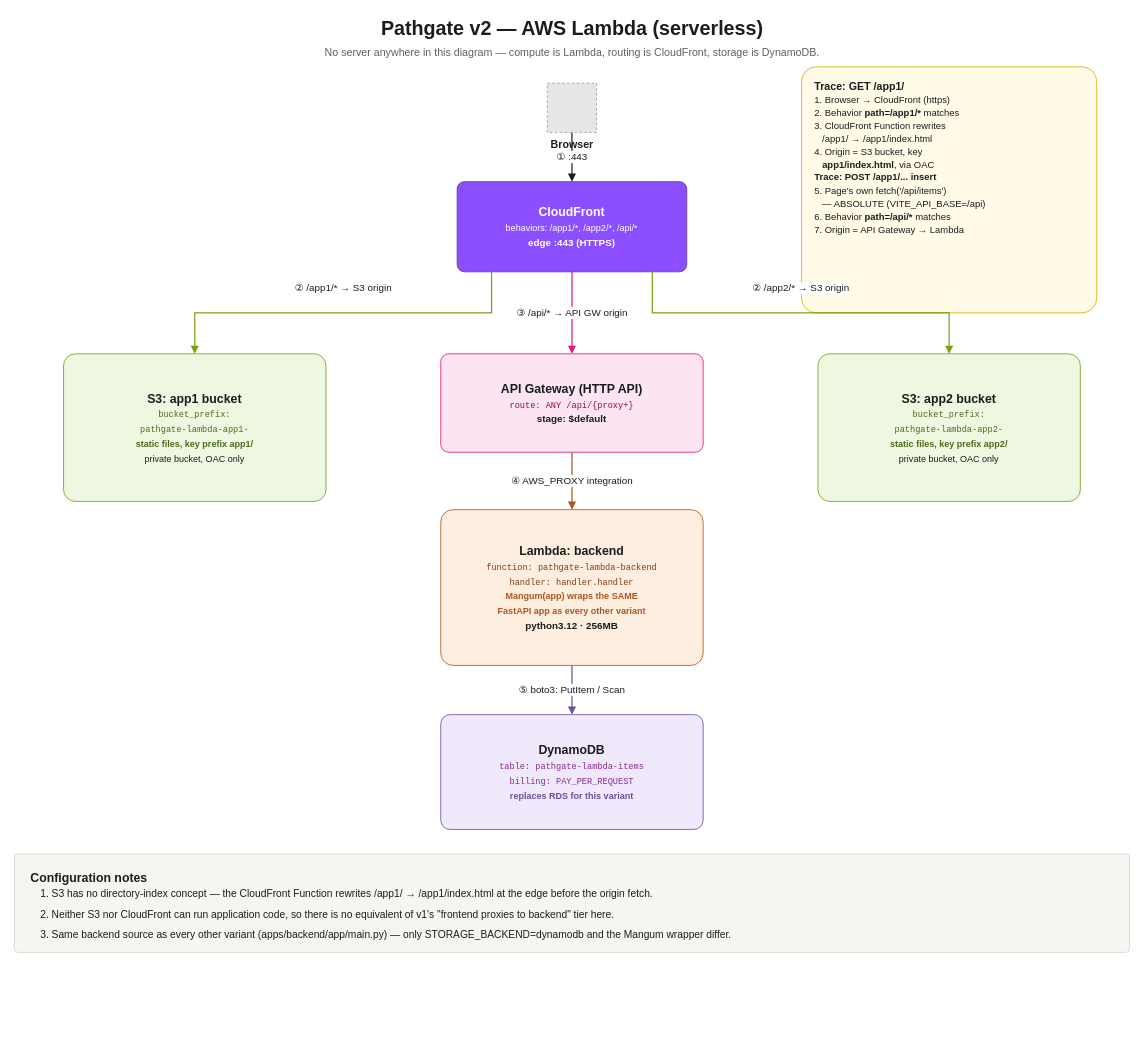
FarooqShabbir/Pathgate keeps this draw.io diagram as docs/pathgate-v2-lambda-architecture.drawio. Above is the earlier version. Source tidied: cells renumbered, new cells numbered last; positions are measured from the earlier drawing's top-left corner, leaving out a move shared by most shapes. Both pictures are drawn from the tidied source at 82%, with x=0, y=0 at pixel (14, 14). Pictures stored in the file or linked from it are replaced by grey dashed boxes.
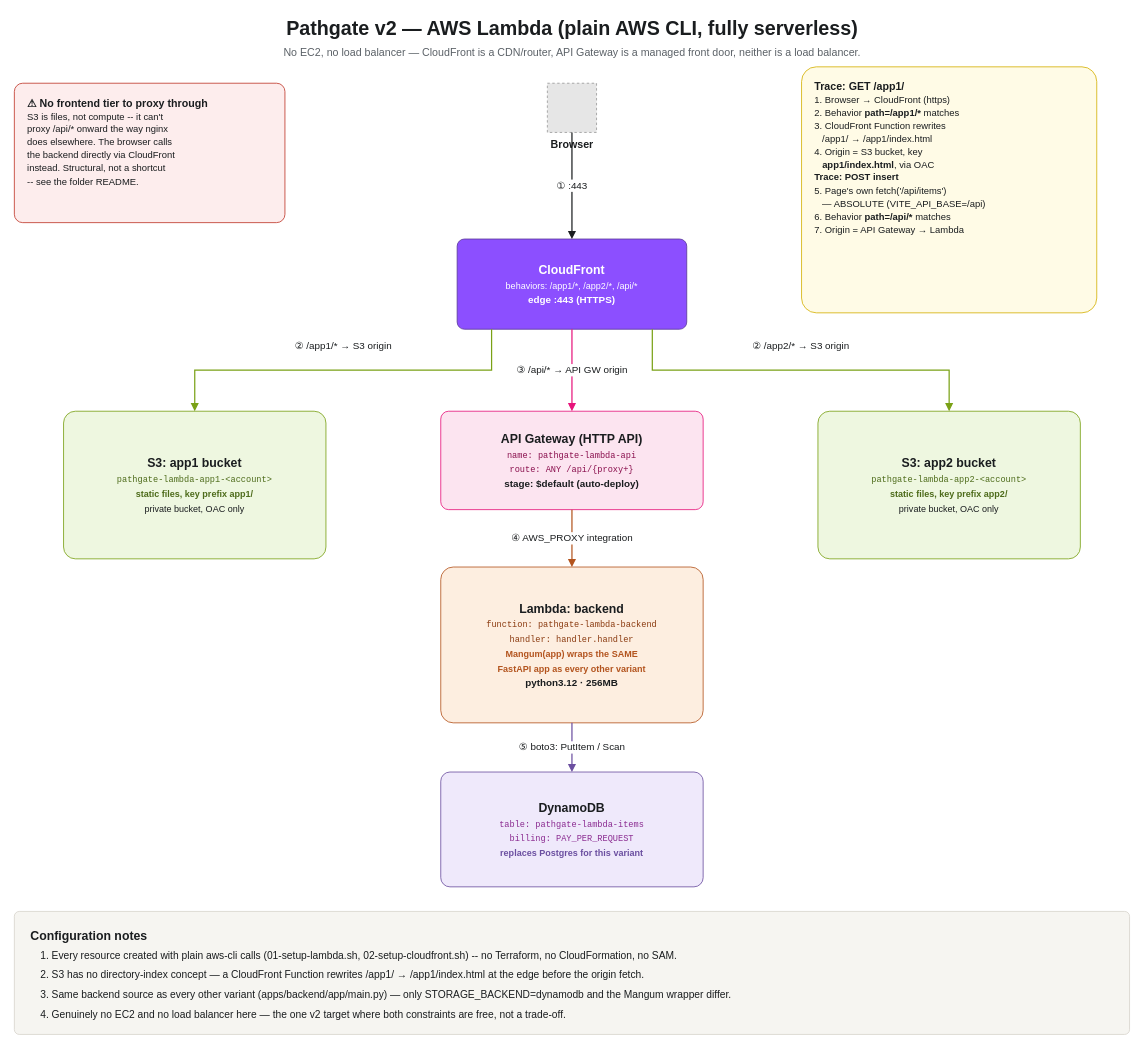
After the change.

What changed in the source:
```diff
@@
-    <mxCell id="2" value="Pathgate v2 — AWS Lambda (serverless)" style="text;html=1;align=center;verticalAlign=middle;fontSize=24;fontStyle=1;fontColor=#1a1d1f;" parent="1" vertex="1">
-      <mxGeometry x="280" width="800" height="36" as="geometry" />
+    <mxCell id="2" value="Pathgate v2 — AWS Lambda (plain AWS CLI, fully serverless)" style="text;html=1;align=center;verticalAlign=middle;fontSize=24;fontStyle=1;fontColor=#1a1d1f;" parent="1" vertex="1">
+      <mxGeometry x="180" width="1000" height="36" as="geometry" />
     </mxCell>
-    <mxCell id="3" value="No server anywhere in this diagram — compute is Lambda, routing is CloudFront, storage is DynamoDB." style="text;html=1;align=center;verticalAlign=middle;fontSize=13;fontColor=#5b6167;" parent="1" vertex="1">
-      <mxGeometry x="220" y="34" width="920" height="24" as="geometry" />
+    <mxCell id="3" value="No EC2, no load balancer — CloudFront is a CDN/router, API Gateway is a managed front door, neither is a load balancer." style="text;html=1;align=center;verticalAlign=middle;fontSize=13;fontColor=#5b6167;" parent="1" vertex="1">
+      <mxGeometry x="140" y="34" width="1080" height="24" as="geometry" />
     </mxCell>
+    <mxCell id="22" value="&lt;b&gt;⚠ No frontend tier to proxy through&lt;/b&gt;&lt;br&gt;&lt;font style=&quot;font-size:11.5px&quot;&gt;S3 is files, not compute -- it can't&lt;br&gt;proxy /api/* onward the way nginx&lt;br&gt;does elsewhere. The browser calls&lt;br&gt;the backend directly via CloudFront&lt;br&gt;instead. Structural, not a shortcut&lt;br&gt;-- see the folder README.&lt;/font&gt;" style="rounded=1;whiteSpace=wrap;html=1;align=left;verticalAlign=top;fillColor=#fdeded;strokeColor=#c0392b;fontColor=#1a1d1f;fontSize=13;spacingLeft=14;spacingTop=10;arcSize=6;" parent="1" vertex="1">
+      <mxGeometry y="84" width="330" height="170" as="geometry" />
+    </mxCell>
@@
-    <mxCell id="5" value="&lt;b&gt;Trace: GET /app1/&lt;/b&gt;&lt;br&gt;&lt;font style=&quot;font-size:11.5px&quot;&gt;1. Browser → CloudFront (https)&lt;br&gt;2. Behavior &lt;b&gt;path=/app1/*&lt;/b&gt; matches&lt;br&gt;3. CloudFront Function rewrites&lt;br&gt;&amp;nbsp;&amp;nbsp;&amp;nbsp;/app1/ → /app1/index.html&lt;br&gt;4. Origin = S3 bucket, key&lt;br&gt;&amp;nbsp;&amp;nbsp;&amp;nbsp;&lt;b&gt;app1/index.html&lt;/b&gt;, via OAC&lt;br&gt;&lt;b&gt;Trace: POST /app1/... insert&lt;/b&gt;&lt;br&gt;5. Page's own fetch('/api/items')&lt;br&gt;&amp;nbsp;&amp;nbsp;&amp;nbsp;— ABSOLUTE (VITE_API_BASE=/api)&lt;br&gt;6. Behavior &lt;b&gt;path=/api/*&lt;/b&gt; matches&lt;br&gt;7. Origin = API Gateway → Lambda&lt;/font&gt;" style="rounded=1;whiteSpace=wrap;html=1;align=left;verticalAlign=top;fillColor=#fffbe6;strokeColor=#d4b106;fontColor=#1a1d1f;fontSize=13;spacingLeft=14;spacingTop=10;arcSize=6;" parent="1" vertex="1">
+    <mxCell id="5" value="&lt;b&gt;Trace: GET /app1/&lt;/b&gt;&lt;br&gt;&lt;font style=&quot;font-size:11.5px&quot;&gt;1. Browser → CloudFront (https)&lt;br&gt;2. Behavior &lt;b&gt;path=/app1/*&lt;/b&gt; matches&lt;br&gt;3. CloudFront Function rewrites&lt;br&gt;&amp;nbsp;&amp;nbsp;&amp;nbsp;/app1/ → /app1/index.html&lt;br&gt;4. Origin = S3 bucket, key&lt;br&gt;&amp;nbsp;&amp;nbsp;&amp;nbsp;&lt;b&gt;app1/index.html&lt;/b&gt;, via OAC&lt;br&gt;&lt;b&gt;Trace: POST insert&lt;/b&gt;&lt;br&gt;5. Page's own fetch('/api/items')&lt;br&gt;&amp;nbsp;&amp;nbsp;&amp;nbsp;— ABSOLUTE (VITE_API_BASE=/api)&lt;br&gt;6. Behavior &lt;b&gt;path=/api/*&lt;/b&gt; matches&lt;br&gt;7. Origin = API Gateway → Lambda&lt;/font&gt;" style="rounded=1;whiteSpace=wrap;html=1;align=left;verticalAlign=top;fillColor=#fffbe6;strokeColor=#d4b106;fontColor=#1a1d1f;fontSize=13;spacingLeft=14;spacingTop=10;arcSize=6;" parent="1" vertex="1">
       <mxGeometry x="960" y="64" width="360" height="300" as="geometry" />
     </mxCell>
     <mxCell id="6" value="&lt;b&gt;CloudFront&lt;/b&gt;&lt;br&gt;&lt;font style=&quot;font-size:11px&quot;&gt;behaviors: /app1/*, /app2/*, /api/*&lt;/font&gt;&lt;br&gt;&lt;font style=&quot;font-size:12px;font-weight:bold&quot;&gt;edge :443 (HTTPS)&lt;/font&gt;" style="rounded=1;whiteSpace=wrap;html=1;fillColor=#8C4FFF;strokeColor=#5b3a99;fontColor=#ffffff;fontSize=15;arcSize=8;shadow=0;spacing=6;" parent="1" vertex="1">
-      <mxGeometry x="540" y="204" width="280" height="110" as="geometry" />
+      <mxGeometry x="540" y="274" width="280" height="110" as="geometry" />
     </mxCell>
-    <mxCell id="7" value="&lt;b&gt;S3: app1 bucket&lt;/b&gt;&lt;br&gt;&lt;font style=&quot;font-size:10.5px;font-family:monospace;color:#4d6b1a&quot;&gt;bucket_prefix:&lt;br&gt;pathgate-lambda-app1-&lt;/font&gt;&lt;br&gt;&lt;font style=&quot;font-size:11px;font-weight:bold;color:#4d6b1a&quot;&gt;static files, key prefix app1/&lt;/font&gt;&lt;br&gt;&lt;font style=&quot;font-size:11px&quot;&gt;private bucket, OAC only&lt;/font&gt;" style="rounded=1;whiteSpace=wrap;html=1;fillColor=#eef7e0;strokeColor=#7AA116;fontColor=#1a1d1f;fontSize=15;arcSize=8;spacing=6;" parent="1" vertex="1">
-      <mxGeometry x="60" y="414" width="320" height="180" as="geometry" />
+    <mxCell id="7" value="&lt;b&gt;S3: app1 bucket&lt;/b&gt;&lt;br&gt;&lt;font style=&quot;font-size:10.5px;font-family:monospace;color:#4d6b1a&quot;&gt;pathgate-lambda-app1-&amp;lt;account&amp;gt;&lt;/font&gt;&lt;br&gt;&lt;font style=&quot;font-size:11px;font-weight:bold;color:#4d6b1a&quot;&gt;static files, key prefix app1/&lt;/font&gt;&lt;br&gt;&lt;font style=&quot;font-size:11px&quot;&gt;private bucket, OAC only&lt;/font&gt;" style="rounded=1;whiteSpace=wrap;html=1;fillColor=#eef7e0;strokeColor=#7AA116;fontColor=#1a1d1f;fontSize=15;arcSize=8;spacing=6;" parent="1" vertex="1">
+      <mxGeometry x="60" y="484" width="320" height="180" as="geometry" />
     </mxCell>
-    <mxCell id="8" value="&lt;b&gt;S3: app2 bucket&lt;/b&gt;&lt;br&gt;&lt;font style=&quot;font-size:10.5px;font-family:monospace;color:#4d6b1a&quot;&gt;bucket_prefix:&lt;br&gt;pathgate-lambda-app2-&lt;/font&gt;&lt;br&gt;&lt;font style=&quot;font-size:11px;font-weight:bold;color:#4d6b1a&quot;&gt;static files, key prefix app2/&lt;/font&gt;&lt;br&gt;&lt;font style=&quot;font-size:11px&quot;&gt;private bucket, OAC only&lt;/font&gt;" style="rounded=1;whiteSpace=wrap;html=1;fillColor=#eef7e0;strokeColor=#7AA116;fontColor=#1a1d1f;fontSize=15;arcSize=8;spacing=6;" parent="1" vertex="1">
-      <mxGeometry x="980" y="414" width="320" height="180" as="geometry" />
+    <mxCell id="8" value="&lt;b&gt;S3: app2 bucket&lt;/b&gt;&lt;br&gt;&lt;font style=&quot;font-size:10.5px;font-family:monospace;color:#4d6b1a&quot;&gt;pathgate-lambda-app2-&amp;lt;account&amp;gt;&lt;/font&gt;&lt;br&gt;&lt;font style=&quot;font-size:11px;font-weight:bold;color:#4d6b1a&quot;&gt;static files, key prefix app2/&lt;/font&gt;&lt;br&gt;&lt;font style=&quot;font-size:11px&quot;&gt;private bucket, OAC only&lt;/font&gt;" style="rounded=1;whiteSpace=wrap;html=1;fillColor=#eef7e0;strokeColor=#7AA116;fontColor=#1a1d1f;fontSize=15;arcSize=8;spacing=6;" parent="1" vertex="1">
+      <mxGeometry x="980" y="484" width="320" height="180" as="geometry" />
     </mxCell>
-    <mxCell id="9" value="&lt;b&gt;API Gateway (HTTP API)&lt;/b&gt;&lt;br&gt;&lt;font style=&quot;font-size:10.5px;font-family:monospace;color:#8a0f4d&quot;&gt;route: ANY /api/{proxy+}&lt;/font&gt;&lt;br&gt;&lt;font style=&quot;font-size:12px;font-weight:bold&quot;&gt;stage: $default&lt;/font&gt;" style="rounded=1;whiteSpace=wrap;html=1;fillColor=#fce4f0;strokeColor=#E7157B;fontColor=#1a1d1f;fontSize=15;arcSize=8;spacing=6;" parent="1" vertex="1">
-      <mxGeometry x="520" y="414" width="320" height="120" as="geometry" />
+    <mxCell id="9" value="&lt;b&gt;API Gateway (HTTP API)&lt;/b&gt;&lt;br&gt;&lt;font style=&quot;font-size:10.5px;font-family:monospace;color:#8a0f4d&quot;&gt;name: pathgate-lambda-api&lt;br&gt;route: ANY /api/{proxy+}&lt;/font&gt;&lt;br&gt;&lt;font style=&quot;font-size:12px;font-weight:bold&quot;&gt;stage: $default (auto-deploy)&lt;/font&gt;" style="rounded=1;whiteSpace=wrap;html=1;fillColor=#fce4f0;strokeColor=#E7157B;fontColor=#1a1d1f;fontSize=15;arcSize=8;spacing=6;" parent="1" vertex="1">
+      <mxGeometry x="520" y="484" width="320" height="120" as="geometry" />
     </mxCell>
     <mxCell id="10" value="&lt;b&gt;Lambda: backend&lt;/b&gt;&lt;br&gt;&lt;font style=&quot;font-size:10.5px;font-family:monospace;color:#8a3a0f&quot;&gt;function: pathgate-lambda-backend&lt;br&gt;handler: handler.handler&lt;/font&gt;&lt;br&gt;&lt;font style=&quot;font-size:11px;font-weight:bold;color:#b3541e&quot;&gt;Mangum(app) wraps the SAME&lt;br&gt;FastAPI app as every other variant&lt;/font&gt;&lt;br&gt;&lt;font style=&quot;font-size:12px;font-weight:bold&quot;&gt;python3.12 · 256MB&lt;/font&gt;" style="rounded=1;whiteSpace=wrap;html=1;fillColor=#fdeee0;strokeColor=#b3541e;fontColor=#1a1d1f;fontSize=15;arcSize=8;spacing=6;" parent="1" vertex="1">
-      <mxGeometry x="520" y="604" width="320" height="190" as="geometry" />
+      <mxGeometry x="520" y="674" width="320" height="190" as="geometry" />
     </mxCell>
-    <mxCell id="11" value="&lt;b&gt;DynamoDB&lt;/b&gt;&lt;br&gt;&lt;font style=&quot;font-size:10.5px;font-family:monospace;color:#8a2a90&quot;&gt;table: pathgate-lambda-items&lt;br&gt;billing: PAY_PER_REQUEST&lt;/font&gt;&lt;br&gt;&lt;font style=&quot;font-size:11px;font-weight:bold;color:#6b4fa0&quot;&gt;replaces RDS for this variant&lt;/font&gt;" style="rounded=1;whiteSpace=wrap;html=1;fillColor=#efe9fb;strokeColor=#6b4fa0;fontColor=#1a1d1f;fontSize=15;arcSize=8;spacing=6;" parent="1" vertex="1">
-      <mxGeometry x="520" y="854" width="320" height="140" as="geometry" />
+    <mxCell id="11" value="&lt;b&gt;DynamoDB&lt;/b&gt;&lt;br&gt;&lt;font style=&quot;font-size:10.5px;font-family:monospace;color:#8a2a90&quot;&gt;table: pathgate-lambda-items&lt;br&gt;billing: PAY_PER_REQUEST&lt;/font&gt;&lt;br&gt;&lt;font style=&quot;font-size:11px;font-weight:bold;color:#6b4fa0&quot;&gt;replaces Postgres for this variant&lt;/font&gt;" style="rounded=1;whiteSpace=wrap;html=1;fillColor=#efe9fb;strokeColor=#6b4fa0;fontColor=#1a1d1f;fontSize=15;arcSize=8;spacing=6;" parent="1" vertex="1">
+      <mxGeometry x="520" y="924" width="320" height="140" as="geometry" />
     </mxCell>
@@
     <mxCell id="18" value="Configuration notes" style="rounded=1;whiteSpace=wrap;html=1;align=left;verticalAlign=top;fillColor=#f6f5f1;strokeColor=#d8d5cd;fontColor=#1a1d1f;fontSize=15;fontStyle=1;spacingLeft=18;spacingTop=14;arcSize=4;" parent="1" vertex="1">
-      <mxGeometry y="1024" width="1360" height="120" as="geometry" />
+      <mxGeometry y="1094" width="1360" height="150" as="geometry" />
     </mxCell>
-    <mxCell id="19" value="1. S3 has no directory-index concept — the CloudFront Function rewrites /app1/ → /app1/index.html at the edge before the origin fetch." style="text;html=1;align=left;verticalAlign=top;fontSize=12.5;fontColor=#1a1d1f;spacing=2;" parent="1" vertex="1">
-      <mxGeometry x="30" y="1059" width="1300" height="24" as="geometry" />
+    <mxCell id="19" value="1. Every resource created with plain aws-cli calls (01-setup-lambda.sh, 02-setup-cloudfront.sh) -- no Terraform, no CloudFormation, no SAM." style="text;html=1;align=left;verticalAlign=top;fontSize=12.5;fontColor=#1a1d1f;spacing=2;" parent="1" vertex="1">
+      <mxGeometry x="30" y="1134" width="1300" height="24" as="geometry" />
     </mxCell>
-    <mxCell id="20" value="2. Neither S3 nor CloudFront can run application code, so there is no equivalent of v1's &quot;frontend proxies to backend&quot; tier here." style="text;html=1;align=left;verticalAlign=top;fontSize=12.5;fontColor=#1a1d1f;spacing=2;" parent="1" vertex="1">
-      <mxGeometry x="30" y="1084" width="1300" height="24" as="geometry" />
+    <mxCell id="20" value="2. S3 has no directory-index concept — a CloudFront Function rewrites /app1/ → /app1/index.html at the edge before the origin fetch." style="text;html=1;align=left;verticalAlign=top;fontSize=12.5;fontColor=#1a1d1f;spacing=2;" parent="1" vertex="1">
+      <mxGeometry x="30" y="1158" width="1300" height="24" as="geometry" />
     </mxCell>
     <mxCell id="21" value="3. Same backend source as every other variant (apps/backend/app/main.py) — only STORAGE_BACKEND=dynamodb and the Mangum wrapper differ." style="text;html=1;align=left;verticalAlign=top;fontSize=12.5;fontColor=#1a1d1f;spacing=2;" parent="1" vertex="1">
-      <mxGeometry x="30" y="1109" width="1300" height="24" as="geometry" />
+      <mxGeometry x="30" y="1182" width="1300" height="24" as="geometry" />
     </mxCell>
+    <mxCell id="23" value="4. Genuinely no EC2 and no load balancer here — the one v2 target where both constraints are free, not a trade-off." style="text;html=1;align=left;verticalAlign=top;fontSize=12.5;fontColor=#1a1d1f;spacing=2;" parent="1" vertex="1">
+      <mxGeometry x="30" y="1206" width="1300" height="24" as="geometry" />
+    </mxCell>
```
